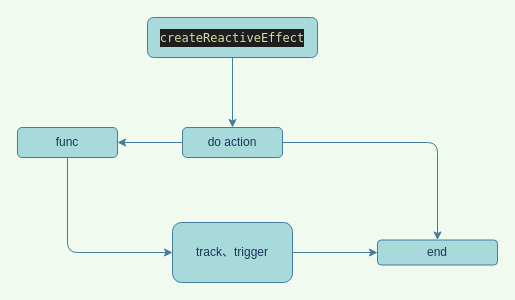
OnlyALittle/jsNote keeps this draw.io diagram as vue3/reactivity/resource/drawio/effect.drawio. Above is the earlier version. Source tidied: cells renumbered, new cells numbered last; positions are measured from the earlier drawing's top-left corner, leaving out a move shared by most shapes. Both pictures are drawn from the tidied source at 100%, with x=0, y=0 at pixel (17, 17).
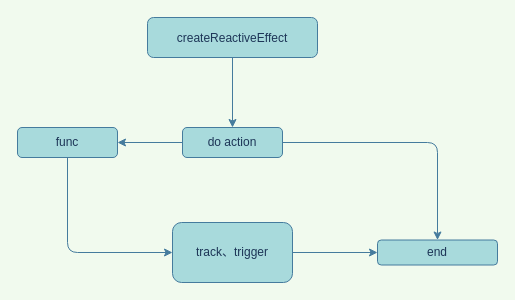
After the change.

Diff of the diagram source:
```diff
@@
 <mxGraphModel background="#F1FAEE">
   <root>
     <mxCell id="0" />
     <mxCell id="1" parent="0" />
     <mxCell id="2" style="edgeStyle=orthogonalEdgeStyle;sketch=0;jettySize=auto;html=1;strokeColor=#457B9D;fillColor=#A8DADC;fontColor=#1D3557;entryX=0.5;entryY=0;entryDx=0;entryDy=0;" parent="1" edge="1" source="3" target="8">
       <mxGeometry relative="1" as="geometry" />
     </mxCell>
-    <mxCell id="3" value="&lt;div style=&quot;color: rgb(212 , 212 , 212) ; background-color: rgb(30 , 30 , 30) ; font-family: &amp;#34;menlo&amp;#34; , &amp;#34;monaco&amp;#34; , &amp;#34;courier new&amp;#34; , monospace ; line-height: 18px&quot;&gt;&lt;span style=&quot;color: #dcdcaa&quot;&gt;createReactiveEffect&lt;/span&gt;&lt;/div&gt;" style="whiteSpace=wrap;html=1;sketch=0;strokeColor=#457B9D;fillColor=#A8DADC;fontColor=#1D3557;rounded=1;" parent="1" vertex="1">
+    <mxCell id="3" value="&lt;div style=&quot;line-height: 18px&quot;&gt;createReactiveEffect&lt;/div&gt;" style="whiteSpace=wrap;html=1;sketch=0;strokeColor=#457B9D;fillColor=#A8DADC;fontColor=#1D3557;rounded=1;" parent="1" vertex="1">
       <mxGeometry x="130" width="170" height="40" as="geometry" />
     </mxCell>
     <mxCell id="4" style="edgeStyle=orthogonalEdgeStyle;sketch=0;jettySize=auto;html=1;entryX=0;entryY=0.5;entryDx=0;entryDy=0;strokeColor=#457B9D;fillColor=#A8DADC;fontColor=#1D3557;exitX=0.5;exitY=1;exitDx=0;exitDy=0;" parent="1" edge="1" source="5" target="10">
       <mxGeometry relative="1" as="geometry" />
     </mxCell>
     <mxCell id="5" value="func" style="whiteSpace=wrap;html=1;sketch=0;strokeColor=#457B9D;fillColor=#A8DADC;fontColor=#1D3557;rounded=1;" parent="1" vertex="1">
       <mxGeometry y="110" width="100" height="30" as="geometry" />
     </mxCell>
     <mxCell id="6" style="edgeStyle=orthogonalEdgeStyle;sketch=0;jettySize=auto;html=1;strokeColor=#457B9D;fillColor=#A8DADC;fontColor=#1D3557;" parent="1" edge="1" source="8" target="5">
       <mxGeometry relative="1" as="geometry" />
     </mxCell>
     <mxCell id="7" style="edgeStyle=orthogonalEdgeStyle;sketch=0;jettySize=auto;html=1;entryX=0.5;entryY=0;entryDx=0;entryDy=0;strokeColor=#457B9D;fillColor=#A8DADC;fontColor=#1D3557;" parent="1" edge="1" source="8" target="11">
       <mxGeometry relative="1" as="geometry" />
     </mxCell>
     <mxCell id="8" value="do action" style="whiteSpace=wrap;html=1;sketch=0;strokeColor=#457B9D;fillColor=#A8DADC;fontColor=#1D3557;rounded=1;" parent="1" vertex="1">
       <mxGeometry x="165" y="110" width="100" height="30" as="geometry" />
     </mxCell>
     <mxCell id="9" style="edgeStyle=orthogonalEdgeStyle;sketch=0;jettySize=auto;html=1;strokeColor=#457B9D;fillColor=#A8DADC;fontColor=#1D3557;" parent="1" edge="1" source="10" target="11">
       <mxGeometry relative="1" as="geometry" />
     </mxCell>
     <mxCell id="10" value="track、trigger" style="whiteSpace=wrap;html=1;fontColor=#1D3557;strokeColor=#457B9D;fillColor=#A8DADC;sketch=0;rounded=1;" parent="1" vertex="1">
       <mxGeometry x="155" y="205" width="120" height="60" as="geometry" />
     </mxCell>
     <mxCell id="11" value="end" style="whiteSpace=wrap;html=1;fontColor=#1D3557;strokeColor=#457B9D;fillColor=#A8DADC;sketch=0;rounded=1;" parent="1" vertex="1">
       <mxGeometry x="360" y="222.5" width="120" height="25" as="geometry" />
     </mxCell>
   </root>
 </mxGraphModel>
```
